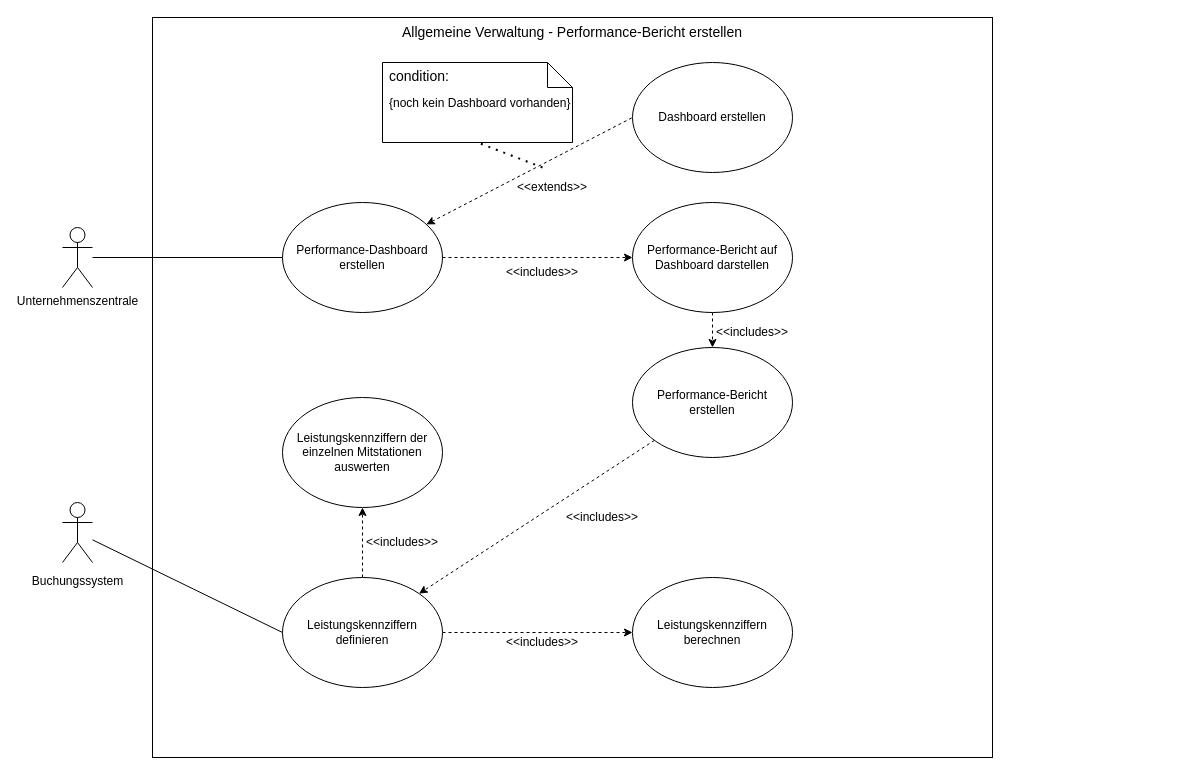
DlieBG/car_rental keeps this draw.io diagram as E - Allgemeine Verwaltung/E2 - Performance-Bericht erstellen/01 Anwendungsfalldiagramm - Performance-Bericht erstellen.drawio. Above is the earlier version. Source tidied: cells renumbered, new cells numbered last; positions are measured from the earlier drawing's top-left corner, leaving out a move shared by most shapes. Both pictures are drawn from the tidied source at 100%, with x=0, y=0 at pixel (62, 17).
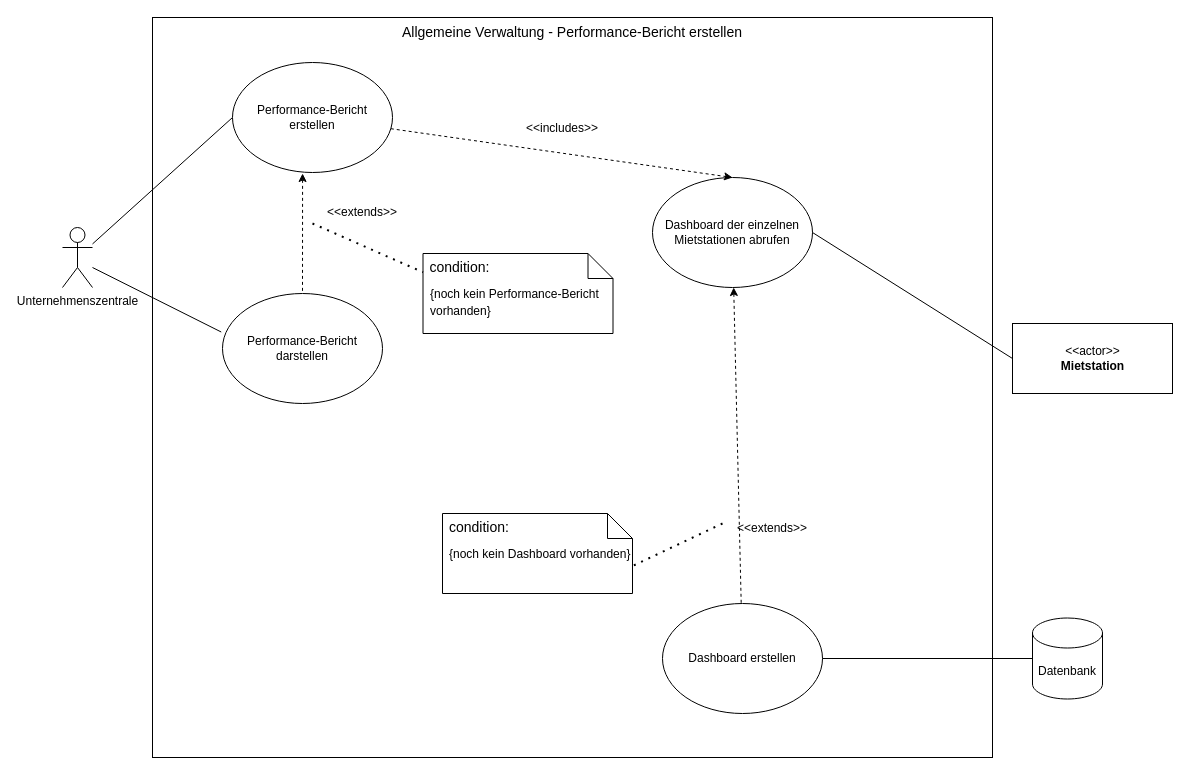
The same diagram, later.

Unchanged cells that the change refers to:
```xml
<mxCell id="4" value="Unternehmenszentrale" style="shape=umlActor;verticalLabelPosition=bottom;verticalAlign=top;html=1;outlineConnect=0;" parent="1" vertex="1">
  <mxGeometry y="210" width="30" height="60" as="geometry" />
</mxCell>
<mxCell id="21" value="condition:" style="strokeColor=none;fillColor=none;align=left;spacingLeft=5;fontSize=14;" parent="20" vertex="1">
  <mxGeometry width="190" height="25" relative="1" as="geometry" />
</mxCell>
```

Diff of the diagram source:
```diff
@@
-    <mxCell id="3" style="edgeStyle=none;rounded=0;jettySize=auto;html=1;entryX=0;entryY=0.5;entryDx=0;entryDy=0;fontSize=12;endArrow=none;endFill=0;" parent="1" edge="1" source="4">
-      <mxGeometry relative="1" as="geometry">
-        <mxPoint x="220" y="240" as="targetPoint" />
-      </mxGeometry>
+    <mxCell id="3" style="edgeStyle=none;rounded=0;jettySize=auto;html=1;entryX=0;entryY=0.5;entryDx=0;entryDy=0;fontSize=12;endArrow=none;endFill=0;" parent="1" edge="1" source="4" target="18">
+      <mxGeometry relative="1" as="geometry" />
     </mxCell>
@@
-    <mxCell id="5" style="edgeStyle=none;rounded=0;jettySize=auto;html=1;entryX=0;entryY=0.5;entryDx=0;entryDy=0;fontSize=12;endArrow=classic;endFill=1;dashed=1;" parent="1" edge="1" target="12">
-      <mxGeometry relative="1" as="geometry">
-        <mxPoint x="380" y="240" as="sourcePoint" />
-      </mxGeometry>
-    </mxCell>
-    <mxCell id="6" style="edgeStyle=none;rounded=0;jettySize=auto;html=1;entryX=0;entryY=0.5;entryDx=0;entryDy=0;dashed=1;fontSize=12;endArrow=classic;endFill=1;" parent="1" edge="1" source="8" target="16">
-      <mxGeometry relative="1" as="geometry" />
-    </mxCell>
-    <mxCell id="7" style="edgeStyle=none;rounded=0;jettySize=auto;html=1;entryX=0.5;entryY=1;entryDx=0;entryDy=0;dashed=1;fontSize=12;startArrow=none;startFill=0;endArrow=classic;endFill=1;" parent="1" edge="1" source="8" target="9">
-      <mxGeometry relative="1" as="geometry" />
-    </mxCell>
-    <mxCell id="8" value="Leistungskennziffern definieren" style="ellipse;whiteSpace=wrap;html=1;" parent="1" vertex="1">
-      <mxGeometry x="220" y="560" width="160" height="110" as="geometry" />
-    </mxCell>
-    <mxCell id="9" value="Leistungskennziffern der einzelnen Mitstationen auswerten" style="ellipse;whiteSpace=wrap;html=1;" parent="1" vertex="1">
-      <mxGeometry x="220" y="380" width="160" height="110" as="geometry" />
+    <mxCell id="9" value="Dashboard der einzelnen Mietstationen abrufen" style="ellipse;whiteSpace=wrap;html=1;" parent="1" vertex="1">
+      <mxGeometry x="590" y="160" width="160" height="110" as="geometry" />
     </mxCell>
-    <mxCell id="10" style="edgeStyle=none;rounded=0;jettySize=auto;html=1;entryX=0;entryY=0.5;entryDx=0;entryDy=0;dashed=1;fontSize=12;endArrow=none;endFill=0;startArrow=classic;startFill=1;" parent="1" edge="1" source="12" target="18">
+    <mxCell id="10" style="edgeStyle=none;rounded=0;jettySize=auto;html=1;entryX=0.5;entryY=0;entryDx=0;entryDy=0;dashed=1;fontSize=12;endArrow=none;endFill=0;startArrow=classic;startFill=1;exitX=0.438;exitY=1.009;exitDx=0;exitDy=0;exitPerimeter=0;" parent="1" edge="1" source="18" target="27">
       <mxGeometry relative="1" as="geometry" />
     </mxCell>
-    <mxCell id="11" style="edgeStyle=none;rounded=0;jettySize=auto;html=1;entryX=0;entryY=0.5;entryDx=0;entryDy=0;dashed=1;fontSize=12;startArrow=none;startFill=0;endArrow=classic;endFill=1;" parent="1" edge="1" source="12" target="27">
-      <mxGeometry relative="1" as="geometry" />
-    </mxCell>
-    <mxCell id="12" value="Performance-Dashboard erstellen" style="ellipse;whiteSpace=wrap;html=1;" parent="1" vertex="1">
-      <mxGeometry x="220" y="185" width="160" height="110" as="geometry" />
-    </mxCell>
-    <mxCell id="13" style="edgeStyle=none;rounded=0;jettySize=auto;html=1;entryX=0;entryY=0.5;entryDx=0;entryDy=0;fontSize=12;endArrow=none;endFill=0;" parent="1" edge="1" source="14" target="8">
+    <mxCell id="13" style="edgeStyle=none;rounded=0;jettySize=auto;html=1;entryX=1;entryY=0.5;entryDx=0;entryDy=0;fontSize=12;endArrow=none;endFill=0;exitX=0;exitY=0.5;exitDx=0;exitDy=0;" parent="1" edge="1" source="32" target="9">
       <mxGeometry relative="1" as="geometry" />
     </mxCell>
-    <mxCell id="14" value="&lt;font style=&quot;font-size: 12px&quot;&gt;Buchungssystem&lt;/font&gt;" style="shape=umlActor;verticalLabelPosition=bottom;verticalAlign=top;html=1;outlineConnect=0;fontSize=18;" parent="1" vertex="1">
-      <mxGeometry y="485" width="30" height="60" as="geometry" />
-    </mxCell>
     <mxCell id="15" value="&amp;lt;&amp;lt;includes&amp;gt;&amp;gt;" style="text;html=1;strokeColor=none;fillColor=none;align=center;verticalAlign=middle;whiteSpace=wrap;rounded=0;fontSize=12;" parent="1" vertex="1">
-      <mxGeometry x="660" y="300" width="60" height="30" as="geometry" />
+      <mxGeometry x="470" y="96" width="60" height="30" as="geometry" />
     </mxCell>
-    <mxCell id="16" value="Leistungskennziffern berechnen" style="ellipse;whiteSpace=wrap;html=1;fontSize=12;" parent="1" vertex="1">
-      <mxGeometry x="570" y="560" width="160" height="110" as="geometry" />
-    </mxCell>
-    <mxCell id="17" value="&amp;lt;&amp;lt;includes&amp;gt;&amp;gt;" style="text;html=1;strokeColor=none;fillColor=none;align=center;verticalAlign=middle;whiteSpace=wrap;rounded=0;fontSize=12;" parent="1" vertex="1">
-      <mxGeometry x="450" y="610" width="60" height="30" as="geometry" />
-    </mxCell>
-    <mxCell id="18" value="Dashboard erstellen" style="ellipse;whiteSpace=wrap;html=1;fontSize=12;" parent="1" vertex="1">
-      <mxGeometry x="570" y="45" width="160" height="110" as="geometry" />
+    <mxCell id="18" value="Performance-Bericht erstellen" style="ellipse;whiteSpace=wrap;html=1;fontSize=12;" parent="1" vertex="1">
+      <mxGeometry x="170" y="45" width="160" height="110" as="geometry" />
     </mxCell>
     <mxCell id="19" value="&amp;lt;&amp;lt;extends&amp;gt;&amp;gt;" style="text;html=1;strokeColor=none;fillColor=none;align=center;verticalAlign=middle;whiteSpace=wrap;rounded=0;fontSize=12;rotation=0;" parent="1" vertex="1">
-      <mxGeometry x="460" y="155" width="60" height="30" as="geometry" />
+      <mxGeometry x="270" y="180" width="60" height="30" as="geometry" />
     </mxCell>
-    <mxCell id="20" value="&lt;font style=&quot;font-size: 12px&quot;&gt;{noch kein Dashboard vorhanden}&lt;/font&gt;" style="shape=note2;boundedLbl=1;whiteSpace=wrap;html=1;size=25;verticalAlign=top;align=left;spacingLeft=5;fontSize=14;" parent="1" vertex="1">
-      <mxGeometry x="320" y="45" width="190" height="80" as="geometry" />
+    <mxCell id="20" value="&lt;font style=&quot;font-size: 12px&quot;&gt;{noch kein Performance-Bericht vorhanden}&lt;/font&gt;" style="shape=note2;boundedLbl=1;whiteSpace=wrap;html=1;size=25;verticalAlign=top;align=left;spacingLeft=5;fontSize=14;" parent="1" vertex="1">
+      <mxGeometry x="360.5" y="236" width="190" height="80" as="geometry" />
     </mxCell>
@@
-    <mxCell id="22" style="endArrow=none;dashed=1;html=1;dashPattern=1 3;strokeWidth=2;rounded=0;fontSize=12;entryX=0.5;entryY=1;entryDx=0;entryDy=0;entryPerimeter=0;" parent="1" edge="1" target="20">
+    <mxCell id="22" style="endArrow=none;dashed=1;html=1;dashPattern=1 3;strokeWidth=2;rounded=0;fontSize=12;entryX=0;entryY=0.75;entryDx=0;entryDy=0;" parent="1" edge="1" target="21">
       <mxGeometry relative="1" as="geometry">
-        <mxPoint x="480" y="150" as="sourcePoint" />
+        <mxPoint x="250" y="206" as="sourcePoint" />
       </mxGeometry>
     </mxCell>
-    <mxCell id="23" style="edgeStyle=none;rounded=0;jettySize=auto;html=1;entryX=1;entryY=0;entryDx=0;entryDy=0;dashed=1;fontSize=12;startArrow=none;startFill=0;endArrow=classic;endFill=1;" parent="1" edge="1" source="24" target="8">
-      <mxGeometry relative="1" as="geometry" />
-    </mxCell>
-    <mxCell id="24" value="Performance-Bericht erstellen" style="ellipse;whiteSpace=wrap;html=1;fontSize=12;" parent="1" vertex="1">
-      <mxGeometry x="570" y="330" width="160" height="110" as="geometry" />
-    </mxCell>
-    <mxCell id="25" value="&amp;lt;&amp;lt;includes&amp;gt;&amp;gt;" style="text;html=1;strokeColor=none;fillColor=none;align=center;verticalAlign=middle;whiteSpace=wrap;rounded=0;fontSize=12;" parent="1" vertex="1">
-      <mxGeometry x="510" y="485" width="60" height="30" as="geometry" />
-    </mxCell>
-    <mxCell id="26" style="edgeStyle=none;rounded=0;jettySize=auto;html=1;entryX=0.5;entryY=0;entryDx=0;entryDy=0;dashed=1;fontSize=12;startArrow=none;startFill=0;endArrow=classic;endFill=1;" parent="1" edge="1" source="27" target="24">
+    <mxCell id="26" style="edgeStyle=none;rounded=0;jettySize=auto;html=1;entryX=0.5;entryY=0;entryDx=0;entryDy=0;dashed=1;fontSize=12;startArrow=none;startFill=0;endArrow=classic;endFill=1;" parent="1" edge="1" source="18" target="9">
       <mxGeometry relative="1" as="geometry" />
     </mxCell>
-    <mxCell id="27" value="Performance-Bericht auf Dashboard darstellen" style="ellipse;whiteSpace=wrap;html=1;fontSize=12;" parent="1" vertex="1">
-      <mxGeometry x="570" y="185" width="160" height="110" as="geometry" />
+    <mxCell id="27" value="Performance-Bericht darstellen" style="ellipse;whiteSpace=wrap;html=1;fontSize=12;" parent="1" vertex="1">
+      <mxGeometry x="160" y="276" width="160" height="110" as="geometry" />
     </mxCell>
-    <mxCell id="28" style="edgeStyle=none;rounded=0;orthogonalLoop=1;jettySize=auto;html=1;exitX=1;exitY=0.5;exitDx=0;exitDy=0;dashed=1;fontSize=12;startArrow=none;startFill=0;endArrow=classic;endFill=1;" parent="1" edge="1" source="25" target="25">
-      <mxGeometry relative="1" as="geometry" />
+    <mxCell id="28" style="edgeStyle=none;rounded=0;orthogonalLoop=1;jettySize=auto;html=1;exitX=1;exitY=0.5;exitDx=0;exitDy=0;dashed=1;fontSize=12;startArrow=none;startFill=0;endArrow=classic;endFill=1;" parent="1" edge="1">
+      <mxGeometry relative="1" as="geometry">
+        <mxPoint x="510" y="385" as="sourcePoint" />
+        <mxPoint x="510" y="385" as="targetPoint" />
+      </mxGeometry>
     </mxCell>
-    <mxCell id="29" value="&amp;lt;&amp;lt;includes&amp;gt;&amp;gt;" style="text;html=1;strokeColor=none;fillColor=none;align=center;verticalAlign=middle;whiteSpace=wrap;rounded=0;fontSize=12;" parent="1" vertex="1">
-      <mxGeometry x="450" y="240" width="60" height="30" as="geometry" />
-    </mxCell>
-    <mxCell id="30" value="&amp;lt;&amp;lt;includes&amp;gt;&amp;gt;" style="text;html=1;strokeColor=none;fillColor=none;align=center;verticalAlign=middle;whiteSpace=wrap;rounded=0;fontSize=12;" parent="1" vertex="1">
-      <mxGeometry x="310" y="510" width="60" height="30" as="geometry" />
-    </mxCell>
+    <mxCell id="31" value="Datenbank" style="shape=cylinder3;whiteSpace=wrap;html=1;boundedLbl=1;backgroundOutline=1;size=15;" parent="1" vertex="1">
+      <mxGeometry x="970" y="600.5" width="70" height="81" as="geometry" />
+    </mxCell>
+    <mxCell id="32" value="&amp;lt;&amp;lt;actor&amp;gt;&amp;gt;&lt;br&gt;&lt;b&gt;Mietstation&lt;/b&gt;" style="text;html=1;align=center;verticalAlign=middle;dashed=0;fillColor=#ffffff;strokeColor=#000000;" parent="1" vertex="1">
+      <mxGeometry x="950" y="306" width="160" height="70" as="geometry" />
+    </mxCell>
+    <mxCell id="33" style="edgeStyle=none;rounded=0;jettySize=auto;html=1;dashed=1;fontSize=12;endArrow=none;endFill=0;startArrow=classic;startFill=1;" parent="1" edge="1" source="9" target="34">
+      <mxGeometry relative="1" as="geometry" />
+    </mxCell>
+    <mxCell id="34" value="Dashboard erstellen" style="ellipse;whiteSpace=wrap;html=1;fontSize=12;" parent="1" vertex="1">
+      <mxGeometry x="600" y="586" width="160" height="110" as="geometry" />
+    </mxCell>
+    <mxCell id="35" value="&lt;font style=&quot;font-size: 12px&quot;&gt;{noch kein Dashboard vorhanden}&lt;/font&gt;" style="shape=note2;boundedLbl=1;whiteSpace=wrap;html=1;size=25;verticalAlign=top;align=left;spacingLeft=5;fontSize=14;" parent="1" vertex="1">
+      <mxGeometry x="380" y="496" width="190" height="80" as="geometry" />
+    </mxCell>
+    <mxCell id="36" value="condition:" style="strokeColor=none;fillColor=none;align=left;spacingLeft=5;fontSize=14;" parent="35" vertex="1">
+      <mxGeometry width="190" height="25" relative="1" as="geometry" />
+    </mxCell>
+    <mxCell id="37" style="endArrow=none;dashed=1;html=1;dashPattern=1 3;strokeWidth=2;rounded=0;fontSize=12;entryX=0;entryY=0;entryDx=190;entryDy=52.5;entryPerimeter=0;" parent="1" edge="1" target="35">
+      <mxGeometry relative="1" as="geometry">
+        <mxPoint x="660" y="506" as="sourcePoint" />
+      </mxGeometry>
+    </mxCell>
+    <mxCell id="38" value="&amp;lt;&amp;lt;extends&amp;gt;&amp;gt;" style="text;html=1;strokeColor=none;fillColor=none;align=center;verticalAlign=middle;whiteSpace=wrap;rounded=0;fontSize=12;rotation=0;" parent="1" vertex="1">
+      <mxGeometry x="680" y="496" width="60" height="30" as="geometry" />
+    </mxCell>
+    <mxCell id="39" style="edgeStyle=none;rounded=0;jettySize=auto;html=1;entryX=1;entryY=0.5;entryDx=0;entryDy=0;fontSize=12;endArrow=none;endFill=0;exitX=0;exitY=0.5;exitDx=0;exitDy=0;exitPerimeter=0;" parent="1" edge="1" source="31" target="34">
+      <mxGeometry relative="1" as="geometry" />
+    </mxCell>
+    <mxCell id="40" style="edgeStyle=none;rounded=0;jettySize=auto;html=1;entryX=-0.008;entryY=0.35;entryDx=0;entryDy=0;fontSize=12;endArrow=none;endFill=0;entryPerimeter=0;" parent="1" edge="1" target="27">
+      <mxGeometry relative="1" as="geometry">
+        <mxPoint x="30" y="250" as="sourcePoint" />
+      </mxGeometry>
+    </mxCell>
```
